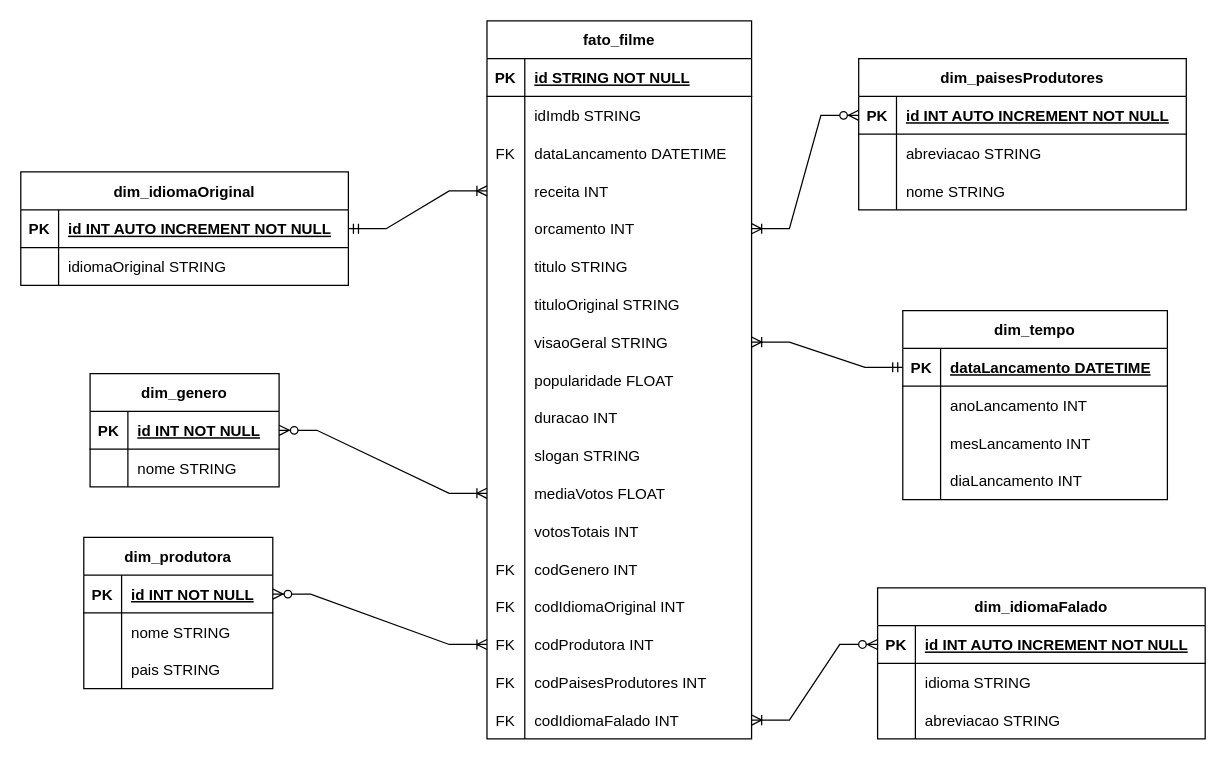
This is Desafio/etapa-3/modelagem.drawio from BpCampos/Pb_UOL_Compass, a draw.io file, before an edit. Source tidied: cells renumbered, new cells numbered last; positions are measured from the earlier drawing's top-left corner, leaving out a move shared by most shapes. Both pictures are drawn from the tidied source at 126%, with x=0, y=0 at pixel (20, 20).
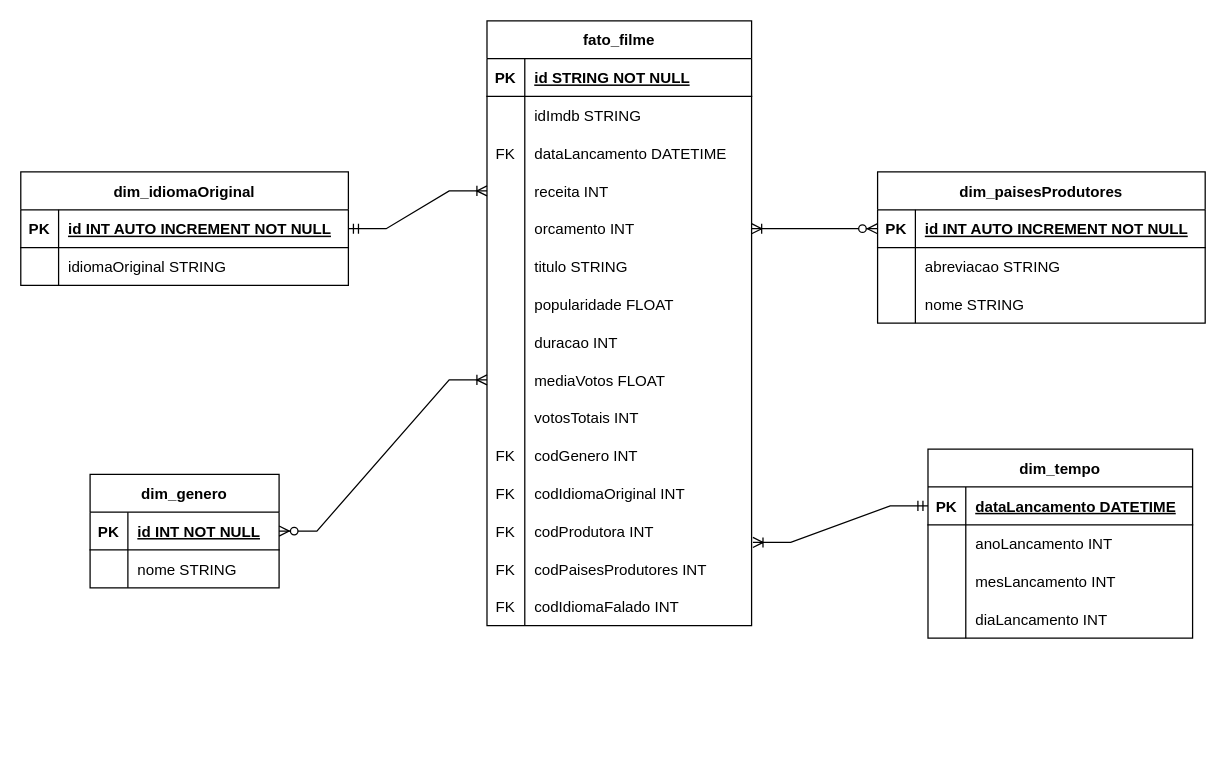
After the change.

The change refers to these unchanged cells:
```xml
<mxCell id="37" style="shape=tableRow;horizontal=0;startSize=0;swimlaneHead=0;swimlaneBody=0;fillColor=none;points=[[0,0.5],[1,0.5]];portConstraint=eastwest;strokeColor=inherit;top=0;left=0;right=0;bottom=1;" parent="36" vertex="1">
  <mxGeometry y="30" width="210" height="30" as="geometry" />
</mxCell>
```

Change to the diagram source:
```diff
@@
     <mxCell id="2" value="dim_genero" style="shape=table;startSize=30;childLayout=tableLayout;rowLines=0;fontStyle=1;align=center;" parent="1" vertex="1">
-      <mxGeometry x="55" y="280" width="150" height="90" as="geometry" />
+      <mxGeometry x="55" y="360" width="150" height="90" as="geometry" />
     </mxCell>
@@
-    <mxCell id="16" value="dim_produtora" style="shape=table;startSize=30;childLayout=tableLayout;rowLines=0;fontStyle=1;align=center;" parent="1" vertex="1">
-      <mxGeometry x="50" y="410" width="150" height="120" as="geometry" />
-    </mxCell>
-    <mxCell id="17" style="shape=tableRow;horizontal=0;startSize=0;swimlaneHead=0;swimlaneBody=0;fillColor=none;points=[[0,0.5],[1,0.5]];portConstraint=eastwest;strokeColor=inherit;top=0;left=0;right=0;bottom=1;" parent="16" vertex="1">
-      <mxGeometry y="30" width="150" height="30" as="geometry" />
-    </mxCell>
-    <mxCell id="18" value="PK" style="shape=partialRectangle;overflow=hidden;fillColor=none;strokeColor=inherit;top=0;left=0;bottom=0;right=0;fontStyle=1;" parent="17" vertex="1">
-      <mxGeometry width="30" height="30" as="geometry" />
-    </mxCell>
-    <mxCell id="19" value="id INT  NOT NULL" style="shape=partialRectangle;overflow=hidden;fillColor=none;align=left;strokeColor=inherit;top=0;left=0;bottom=0;right=0;spacingLeft=6;fontStyle=5;" parent="17" vertex="1">
-      <mxGeometry x="30" width="120" height="30" as="geometry" />
-    </mxCell>
-    <mxCell id="20" style="shape=tableRow;horizontal=0;startSize=0;swimlaneHead=0;swimlaneBody=0;fillColor=none;strokeColor=inherit;top=0;left=0;right=0;bottom=0;" parent="16" vertex="1">
-      <mxGeometry y="60" width="150" height="30" as="geometry" />
-    </mxCell>
-    <mxCell id="21" style="shape=partialRectangle;overflow=hidden;fillColor=none;strokeColor=inherit;top=0;left=0;bottom=0;right=0;" parent="20" vertex="1">
-      <mxGeometry width="30" height="30" as="geometry" />
-    </mxCell>
-    <mxCell id="22" value="nome STRING" style="shape=partialRectangle;overflow=hidden;fillColor=none;align=left;strokeColor=inherit;top=0;left=0;bottom=0;right=0;spacingLeft=6;" parent="20" vertex="1">
-      <mxGeometry x="30" width="120" height="30" as="geometry" />
-    </mxCell>
-    <mxCell id="23" style="shape=tableRow;horizontal=0;startSize=0;swimlaneHead=0;swimlaneBody=0;fillColor=none;strokeColor=inherit;top=0;left=0;right=0;bottom=0;" parent="16" vertex="1">
-      <mxGeometry y="90" width="150" height="30" as="geometry" />
-    </mxCell>
-    <mxCell id="24" style="shape=partialRectangle;overflow=hidden;fillColor=none;strokeColor=inherit;top=0;left=0;bottom=0;right=0;" parent="23" vertex="1">
-      <mxGeometry width="30" height="30" as="geometry" />
-    </mxCell>
-    <mxCell id="25" value="pais STRING" style="shape=partialRectangle;overflow=hidden;fillColor=none;align=left;strokeColor=inherit;top=0;left=0;bottom=0;right=0;spacingLeft=6;" parent="23" vertex="1">
-      <mxGeometry x="30" width="120" height="30" as="geometry" />
-    </mxCell>
     <mxCell id="26" value="dim_paisesProdutores" style="shape=table;startSize=30;childLayout=tableLayout;rowLines=0;fontStyle=1;align=center;" parent="1" vertex="1">
-      <mxGeometry x="665" y="30" width="260" height="120" as="geometry" />
+      <mxGeometry x="680" y="120" width="260" height="120" as="geometry" />
     </mxCell>
@@
     <mxCell id="36" value="dim_tempo" style="shape=table;startSize=30;childLayout=tableLayout;rowLines=0;fontStyle=1;align=center;" parent="1" vertex="1">
-      <mxGeometry x="700" y="230" width="210" height="150" as="geometry" />
+      <mxGeometry x="720" y="340" width="210" height="150" as="geometry" />
     </mxCell>
@@
-    <mxCell id="49" value="dim_idiomaFalado" style="shape=table;startSize=30;childLayout=tableLayout;rowLines=0;fontStyle=1;align=center;" parent="1" vertex="1">
-      <mxGeometry x="680" y="450" width="260" height="120" as="geometry" />
-    </mxCell>
-    <mxCell id="50" style="shape=tableRow;horizontal=0;startSize=0;swimlaneHead=0;swimlaneBody=0;fillColor=none;points=[[0,0.5],[1,0.5]];portConstraint=eastwest;strokeColor=inherit;top=0;left=0;right=0;bottom=1;" parent="49" vertex="1">
-      <mxGeometry y="30" width="260" height="30" as="geometry" />
-    </mxCell>
-    <mxCell id="51" value="PK" style="shape=partialRectangle;overflow=hidden;fillColor=none;strokeColor=inherit;top=0;left=0;bottom=0;right=0;fontStyle=1;" parent="50" vertex="1">
-      <mxGeometry width="30" height="30" as="geometry" />
-    </mxCell>
-    <mxCell id="52" value="id INT  AUTO INCREMENT NOT NULL" style="shape=partialRectangle;overflow=hidden;fillColor=none;align=left;strokeColor=inherit;top=0;left=0;bottom=0;right=0;spacingLeft=6;fontStyle=5;" parent="50" vertex="1">
-      <mxGeometry x="30" width="230" height="30" as="geometry" />
-    </mxCell>
-    <mxCell id="53" style="shape=tableRow;horizontal=0;startSize=0;swimlaneHead=0;swimlaneBody=0;fillColor=none;strokeColor=inherit;top=0;left=0;right=0;bottom=0;" parent="49" vertex="1">
-      <mxGeometry y="60" width="260" height="30" as="geometry" />
-    </mxCell>
-    <mxCell id="54" style="shape=partialRectangle;overflow=hidden;fillColor=none;strokeColor=inherit;top=0;left=0;bottom=0;right=0;" parent="53" vertex="1">
-      <mxGeometry width="30" height="30" as="geometry" />
-    </mxCell>
-    <mxCell id="55" value="idioma STRING" style="shape=partialRectangle;overflow=hidden;fillColor=none;align=left;strokeColor=inherit;top=0;left=0;bottom=0;right=0;spacingLeft=6;" parent="53" vertex="1">
-      <mxGeometry x="30" width="230" height="30" as="geometry" />
-    </mxCell>
-    <mxCell id="56" style="shape=tableRow;horizontal=0;startSize=0;swimlaneHead=0;swimlaneBody=0;fillColor=none;strokeColor=inherit;top=0;left=0;right=0;bottom=0;" parent="49" vertex="1">
-      <mxGeometry y="90" width="260" height="30" as="geometry" />
-    </mxCell>
-    <mxCell id="57" style="shape=partialRectangle;overflow=hidden;fillColor=none;strokeColor=inherit;top=0;left=0;bottom=0;right=0;" parent="56" vertex="1">
-      <mxGeometry width="30" height="30" as="geometry" />
-    </mxCell>
-    <mxCell id="58" value="abreviacao STRING" style="shape=partialRectangle;overflow=hidden;fillColor=none;align=left;strokeColor=inherit;top=0;left=0;bottom=0;right=0;spacingLeft=6;" parent="56" vertex="1">
-      <mxGeometry x="30" width="230" height="30" as="geometry" />
-    </mxCell>
     <mxCell id="59" value="fato_filme" style="shape=table;startSize=30;childLayout=tableLayout;rowLines=0;fontStyle=1;align=center;" parent="1" vertex="1">
-      <mxGeometry x="370" width="210" height="570" as="geometry" />
+      <mxGeometry x="370" width="210" height="480" as="geometry" />
     </mxCell>
@@
-    <mxCell id="78" style="shape=tableRow;horizontal=0;startSize=0;swimlaneHead=0;swimlaneBody=0;fillColor=none;strokeColor=inherit;top=0;left=0;right=0;bottom=0;" parent="59" vertex="1">
-      <mxGeometry y="210" width="210" height="30" as="geometry" />
-    </mxCell>
-    <mxCell id="79" style="shape=partialRectangle;overflow=hidden;fillColor=none;strokeColor=inherit;top=0;left=0;bottom=0;right=0;" parent="78" vertex="1">
-      <mxGeometry width="30" height="30" as="geometry" />
-    </mxCell>
-    <mxCell id="80" value="tituloOriginal STRING" style="shape=partialRectangle;overflow=hidden;fillColor=none;align=left;strokeColor=inherit;top=0;left=0;bottom=0;right=0;spacingLeft=6;" parent="78" vertex="1">
-      <mxGeometry x="30" width="180" height="30" as="geometry" />
-    </mxCell>
-    <mxCell id="81" style="shape=tableRow;horizontal=0;startSize=0;swimlaneHead=0;swimlaneBody=0;fillColor=none;points=[[0,0.5],[1,0.5]];portConstraint=eastwest;strokeColor=inherit;top=0;left=0;right=0;bottom=0;" parent="59" vertex="1">
-      <mxGeometry y="240" width="210" height="30" as="geometry" />
-    </mxCell>
-    <mxCell id="82" style="shape=partialRectangle;overflow=hidden;fillColor=none;strokeColor=inherit;top=0;left=0;bottom=0;right=0;" parent="81" vertex="1">
-      <mxGeometry width="30" height="30" as="geometry" />
-    </mxCell>
-    <mxCell id="83" value="visaoGeral STRING" style="shape=partialRectangle;overflow=hidden;fillColor=none;align=left;strokeColor=inherit;top=0;left=0;bottom=0;right=0;spacingLeft=6;" parent="81" vertex="1">
-      <mxGeometry x="30" width="180" height="30" as="geometry" />
-    </mxCell>
     <mxCell id="84" style="shape=tableRow;horizontal=0;startSize=0;swimlaneHead=0;swimlaneBody=0;fillColor=none;strokeColor=inherit;top=0;left=0;right=0;bottom=0;" parent="59" vertex="1">
-      <mxGeometry y="270" width="210" height="30" as="geometry" />
+      <mxGeometry y="210" width="210" height="30" as="geometry" />
     </mxCell>
@@
     <mxCell id="87" style="shape=tableRow;horizontal=0;startSize=0;swimlaneHead=0;swimlaneBody=0;fillColor=none;strokeColor=inherit;top=0;left=0;right=0;bottom=0;" parent="59" vertex="1">
-      <mxGeometry y="300" width="210" height="30" as="geometry" />
+      <mxGeometry y="240" width="210" height="30" as="geometry" />
     </mxCell>
@@
-    <mxCell id="90" style="shape=tableRow;horizontal=0;startSize=0;swimlaneHead=0;swimlaneBody=0;fillColor=none;strokeColor=inherit;top=0;left=0;right=0;bottom=0;" parent="59" vertex="1">
-      <mxGeometry y="330" width="210" height="30" as="geometry" />
-    </mxCell>
-    <mxCell id="91" style="shape=partialRectangle;overflow=hidden;fillColor=none;strokeColor=inherit;top=0;left=0;bottom=0;right=0;" parent="90" vertex="1">
-      <mxGeometry width="30" height="30" as="geometry" />
-    </mxCell>
-    <mxCell id="92" value="slogan STRING" style="shape=partialRectangle;overflow=hidden;fillColor=none;align=left;strokeColor=inherit;top=0;left=0;bottom=0;right=0;spacingLeft=6;" parent="90" vertex="1">
-      <mxGeometry x="30" width="180" height="30" as="geometry" />
-    </mxCell>
     <mxCell id="93" style="shape=tableRow;horizontal=0;startSize=0;swimlaneHead=0;swimlaneBody=0;fillColor=none;points=[[0,0.5],[1,0.5]];portConstraint=eastwest;strokeColor=inherit;top=0;left=0;right=0;bottom=0;" parent="59" vertex="1">
-      <mxGeometry y="360" width="210" height="30" as="geometry" />
+      <mxGeometry y="270" width="210" height="30" as="geometry" />
     </mxCell>
@@
     <mxCell id="96" style="shape=tableRow;horizontal=0;startSize=0;swimlaneHead=0;swimlaneBody=0;fillColor=none;strokeColor=inherit;top=0;left=0;right=0;bottom=0;" parent="59" vertex="1">
-      <mxGeometry y="390" width="210" height="30" as="geometry" />
+      <mxGeometry y="300" width="210" height="30" as="geometry" />
     </mxCell>
@@
     <mxCell id="99" style="shape=tableRow;horizontal=0;startSize=0;swimlaneHead=0;swimlaneBody=0;fillColor=none;strokeColor=inherit;top=0;left=0;right=0;bottom=0;" parent="59" vertex="1">
-      <mxGeometry y="420" width="210" height="30" as="geometry" />
+      <mxGeometry y="330" width="210" height="30" as="geometry" />
     </mxCell>
@@
     <mxCell id="102" style="shape=tableRow;horizontal=0;startSize=0;swimlaneHead=0;swimlaneBody=0;fillColor=none;strokeColor=inherit;top=0;left=0;right=0;bottom=0;" parent="59" vertex="1">
-      <mxGeometry y="450" width="210" height="30" as="geometry" />
+      <mxGeometry y="360" width="210" height="30" as="geometry" />
     </mxCell>
@@
     <mxCell id="105" style="shape=tableRow;horizontal=0;startSize=0;swimlaneHead=0;swimlaneBody=0;fillColor=none;points=[[0,0.5],[1,0.5]];portConstraint=eastwest;strokeColor=inherit;top=0;left=0;right=0;bottom=0;" parent="59" vertex="1">
-      <mxGeometry y="480" width="210" height="30" as="geometry" />
+      <mxGeometry y="390" width="210" height="30" as="geometry" />
     </mxCell>
@@
     <mxCell id="108" style="shape=tableRow;horizontal=0;startSize=0;swimlaneHead=0;swimlaneBody=0;fillColor=none;strokeColor=inherit;top=0;left=0;right=0;bottom=0;" parent="59" vertex="1">
-      <mxGeometry y="510" width="210" height="30" as="geometry" />
+      <mxGeometry y="420" width="210" height="30" as="geometry" />
     </mxCell>
@@
     <mxCell id="111" style="shape=tableRow;horizontal=0;startSize=0;swimlaneHead=0;swimlaneBody=0;fillColor=none;points=[[0,0.5],[1,0.5]];portConstraint=eastwest;strokeColor=inherit;top=0;left=0;right=0;bottom=0;" parent="59" vertex="1">
-      <mxGeometry y="540" width="210" height="30" as="geometry" />
+      <mxGeometry y="450" width="210" height="30" as="geometry" />
     </mxCell>
@@
-    <mxCell id="115" style="edgeStyle=entityRelationEdgeStyle;fontSize=12;html=1;endArrow=ERoneToMany;startArrow=ERmandOne;rounded=0;exitX=0;exitY=0.5;exitDx=0;exitDy=0;entryX=1;entryY=0.5;entryDx=0;entryDy=0;" parent="1" edge="1" source="37" target="81">
+    <mxCell id="115" style="edgeStyle=entityRelationEdgeStyle;fontSize=12;html=1;endArrow=ERoneToMany;startArrow=ERmandOne;rounded=0;exitX=0;exitY=0.5;exitDx=0;exitDy=0;entryX=1.005;entryY=0.8;entryDx=0;entryDy=0;entryPerimeter=0;" parent="1" edge="1" source="37" target="105">
       <mxGeometry relative="1" as="geometry" />
     </mxCell>
-    <mxCell id="116" style="edgeStyle=entityRelationEdgeStyle;fontSize=12;html=1;endArrow=ERoneToMany;startArrow=ERzeroToMany;rounded=0;exitX=1;exitY=0.5;exitDx=0;exitDy=0;entryX=0;entryY=0.5;entryDx=0;entryDy=0;" parent="1" edge="1" source="17" target="105">
-      <mxGeometry relative="1" as="geometry" />
-    </mxCell>
@@
-    <mxCell id="119" style="edgeStyle=entityRelationEdgeStyle;fontSize=12;html=1;endArrow=ERoneToMany;startArrow=ERzeroToMany;rounded=0;exitX=0;exitY=0.5;exitDx=0;exitDy=0;entryX=1;entryY=0.5;entryDx=0;entryDy=0;" parent="1" edge="1" source="50" target="111">
-      <mxGeometry relative="1" as="geometry" />
-    </mxCell>
```
